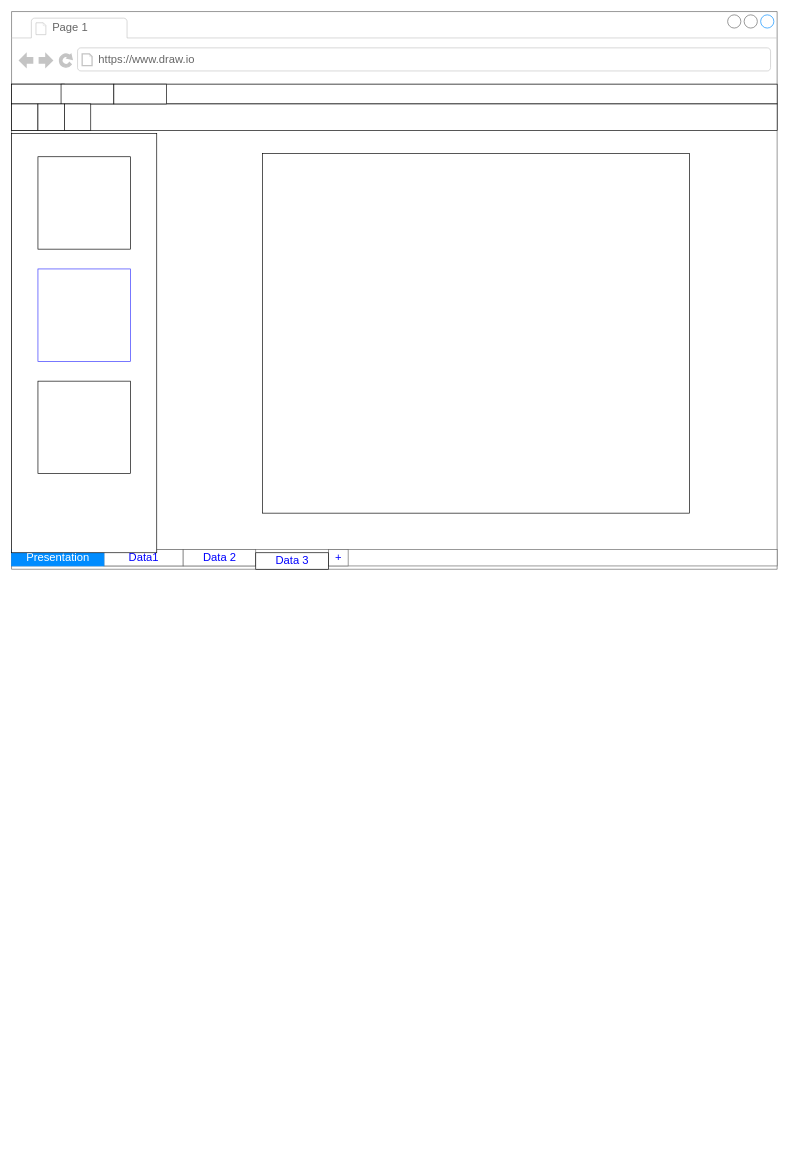
Above: mockups/Officio - SM.drawio in srirampmalladi/officio-mockups (draw.io), before the change. Source tidied: cells renumbered, new cells numbered last; positions are measured from the earlier drawing's top-left corner, leaving out a move shared by most shapes. Both pictures are drawn from the tidied source at 66%, with x=0, y=0 at pixel (11, 11).
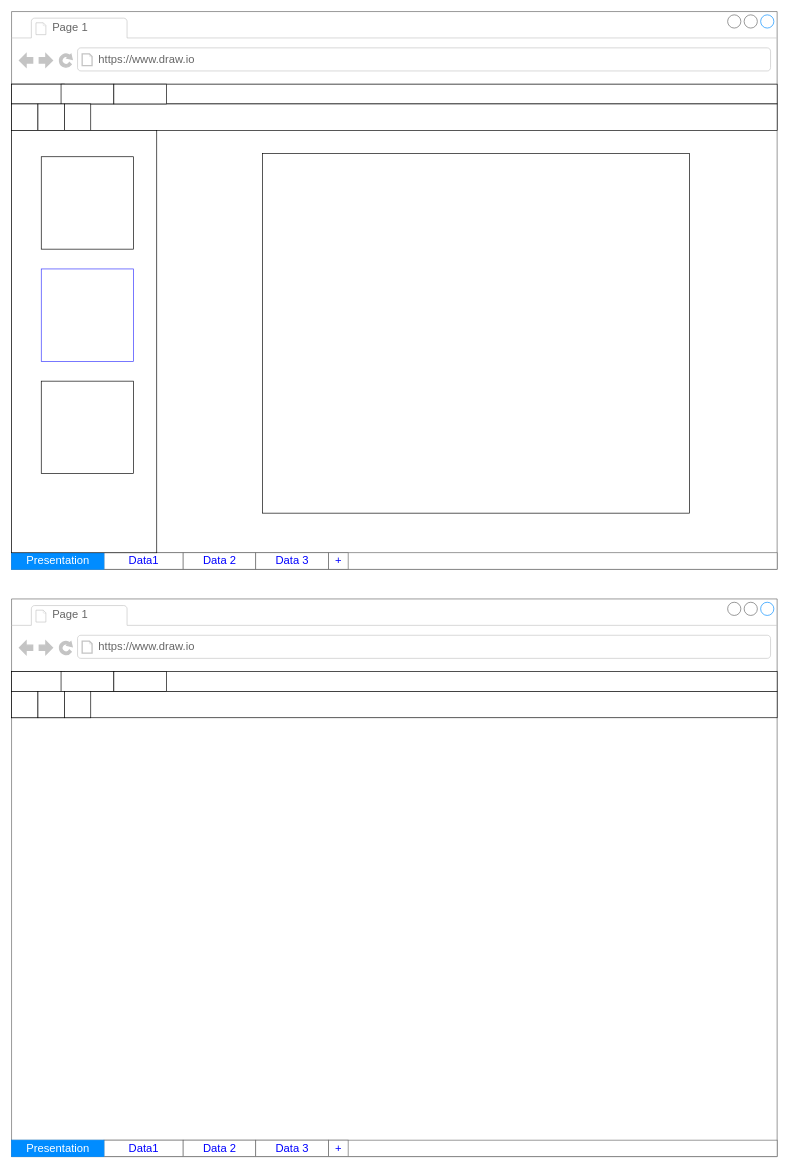
The same page after the edit.

The change refers to these unchanged cells:
```xml
<mxCell id="2" style="strokeWidth=1;shadow=0;dashed=0;align=center;html=1;shape=mxgraph.mockup.containers.browserWindow;rSize=0;strokeColor=#666666;strokeColor2=#008cff;strokeColor3=#c4c4c4;mainText=,;" parent="1" vertex="1">
  <mxGeometry width="1160" height="845" as="geometry" />
</mxCell>
```

Change to the diagram source:
```diff
@@
     <mxCell id="13" style="strokeWidth=1;shadow=0;dashed=0;align=center;html=1;shape=mxgraph.mockup.text.rrect;rSize=0;strokeColor=#666666;" parent="2" vertex="1">
-      <mxGeometry y="815" width="1160" height="25" as="geometry" />
+      <mxGeometry y="820" width="1160" height="25" as="geometry" />
     </mxCell>
@@
+    <mxCell id="23" value="Data 3" style="strokeColor=inherit;fillColor=inherit;gradientColor=inherit;strokeWidth=1;shadow=0;dashed=0;align=center;html=1;shape=mxgraph.mockup.text.rrect;rSize=0;fontSize=17;fontColor=#0000ff;" parent="13" vertex="1">
+      <mxGeometry x="370" width="110" height="25" as="geometry" />
+    </mxCell>
@@
-    <mxCell id="19" style="rounded=0;whiteSpace=wrap;html=1;" parent="1" vertex="1">
-      <mxGeometry y="185" width="220" height="635" as="geometry" />
+    <mxCell id="19" style="rounded=0;whiteSpace=wrap;html=1;" parent="2" vertex="1">
+      <mxGeometry y="180" width="220" height="640" as="geometry" />
     </mxCell>
-    <mxCell id="20" style="whiteSpace=wrap;html=1;" parent="1" vertex="1">
-      <mxGeometry x="40" y="220" width="140" height="140" as="geometry" />
+    <mxCell id="20" style="whiteSpace=wrap;html=1;" parent="2" vertex="1">
+      <mxGeometry x="45" y="220" width="140" height="140" as="geometry" />
     </mxCell>
-    <mxCell id="21" style="whiteSpace=wrap;html=1;strokeColor=#3333FF;" parent="1" vertex="1">
-      <mxGeometry x="40" y="390" width="140" height="140" as="geometry" />
+    <mxCell id="21" style="whiteSpace=wrap;html=1;strokeColor=#3333FF;" parent="2" vertex="1">
+      <mxGeometry x="45" y="390" width="140" height="140" as="geometry" />
     </mxCell>
-    <mxCell id="22" style="whiteSpace=wrap;html=1;" parent="1" vertex="1">
-      <mxGeometry x="40" y="560" width="140" height="140" as="geometry" />
+    <mxCell id="22" style="whiteSpace=wrap;html=1;" parent="2" vertex="1">
+      <mxGeometry x="45" y="560" width="140" height="140" as="geometry" />
     </mxCell>
-    <mxCell id="23" value="Data 3" style="strokeColor=inherit;fillColor=inherit;gradientColor=inherit;strokeWidth=1;shadow=0;dashed=0;align=center;html=1;shape=mxgraph.mockup.text.rrect;rSize=0;fontSize=17;fontColor=#0000ff;" parent="1" vertex="1">
-      <mxGeometry x="370" y="820" width="110" height="25" as="geometry" />
-    </mxCell>
+    <mxCell id="24" style="strokeWidth=1;shadow=0;dashed=0;align=center;html=1;shape=mxgraph.mockup.containers.browserWindow;rSize=0;strokeColor=#666666;strokeColor2=#008cff;strokeColor3=#c4c4c4;mainText=,;" parent="1" vertex="1">
+      <mxGeometry y="890" width="1160" height="845" as="geometry" />
+    </mxCell>
+    <mxCell id="25" value="Page 1" style="strokeWidth=1;shadow=0;dashed=0;align=center;html=1;shape=mxgraph.mockup.containers.anchor;fontSize=17;fontColor=#666666;align=left;" parent="24" vertex="1">
+      <mxGeometry x="60" y="12" width="110" height="26" as="geometry" />
+    </mxCell>
+    <mxCell id="26" value="https://www.draw.io" style="strokeWidth=1;shadow=0;dashed=0;align=center;html=1;shape=mxgraph.mockup.containers.anchor;rSize=0;fontSize=17;fontColor=#666666;align=left;" parent="24" vertex="1">
+      <mxGeometry x="130" y="60" width="250" height="26" as="geometry" />
+    </mxCell>
+    <mxCell id="27" style="rounded=0;whiteSpace=wrap;html=1;" parent="24" vertex="1">
+      <mxGeometry y="110" width="1160" height="30" as="geometry" />
+    </mxCell>
+    <mxCell id="28" style="rounded=0;whiteSpace=wrap;html=1;" parent="24" vertex="1">
+      <mxGeometry y="140" width="1160" height="40" as="geometry" />
+    </mxCell>
+    <mxCell id="29" style="rounded=0;whiteSpace=wrap;html=1;" parent="24" vertex="1">
+      <mxGeometry y="110" width="80" height="30" as="geometry" />
+    </mxCell>
+    <mxCell id="30" style="rounded=0;whiteSpace=wrap;html=1;" parent="24" vertex="1">
+      <mxGeometry x="75" y="110" width="80" height="30" as="geometry" />
+    </mxCell>
+    <mxCell id="31" style="rounded=0;whiteSpace=wrap;html=1;" parent="24" vertex="1">
+      <mxGeometry x="155" y="110" width="80" height="30" as="geometry" />
+    </mxCell>
+    <mxCell id="32" style="rounded=0;whiteSpace=wrap;html=1;" parent="24" vertex="1">
+      <mxGeometry y="140" width="40" height="40" as="geometry" />
+    </mxCell>
+    <mxCell id="33" style="rounded=0;whiteSpace=wrap;html=1;" parent="24" vertex="1">
+      <mxGeometry x="40" y="140" width="40" height="40" as="geometry" />
+    </mxCell>
+    <mxCell id="34" style="rounded=0;whiteSpace=wrap;html=1;" parent="24" vertex="1">
+      <mxGeometry x="80" y="140" width="40" height="40" as="geometry" />
+    </mxCell>
+    <mxCell id="35" style="strokeWidth=1;shadow=0;dashed=0;align=center;html=1;shape=mxgraph.mockup.text.rrect;rSize=0;strokeColor=#666666;" parent="24" vertex="1">
+      <mxGeometry y="820" width="1160" height="25" as="geometry" />
+    </mxCell>
+    <mxCell id="36" value="Data1" style="strokeColor=inherit;fillColor=inherit;gradientColor=inherit;strokeWidth=1;shadow=0;dashed=0;align=center;html=1;shape=mxgraph.mockup.text.rrect;rSize=0;fontSize=17;fontColor=#0000ff;" parent="35" vertex="1">
+      <mxGeometry x="140" width="120" height="25" as="geometry" />
+    </mxCell>
+    <mxCell id="37" value="Data 2" style="strokeColor=inherit;fillColor=inherit;gradientColor=inherit;strokeWidth=1;shadow=0;dashed=0;align=center;html=1;shape=mxgraph.mockup.text.rrect;rSize=0;fontSize=17;fontColor=#0000ff;" parent="35" vertex="1">
+      <mxGeometry x="260" width="110" height="25" as="geometry" />
+    </mxCell>
+    <mxCell id="38" value="Presentation" style="strokeWidth=1;shadow=0;dashed=0;align=center;html=1;shape=mxgraph.mockup.text.rrect;rSize=0;fontSize=17;fontColor=#ffffff;fillColor=#008cff;strokeColor=#008cff;" parent="35" vertex="1">
+      <mxGeometry width="140" height="25" as="geometry" />
+    </mxCell>
+    <mxCell id="39" value="+" style="strokeColor=inherit;fillColor=inherit;gradientColor=inherit;strokeWidth=1;shadow=0;dashed=0;align=center;html=1;shape=mxgraph.mockup.text.rrect;rSize=0;fontSize=17;fontColor=#0000ff;" parent="35" vertex="1">
+      <mxGeometry x="480" width="30" height="25" as="geometry" />
+    </mxCell>
+    <mxCell id="40" value="Data 3" style="strokeColor=inherit;fillColor=inherit;gradientColor=inherit;strokeWidth=1;shadow=0;dashed=0;align=center;html=1;shape=mxgraph.mockup.text.rrect;rSize=0;fontSize=17;fontColor=#0000ff;" parent="35" vertex="1">
+      <mxGeometry x="370" width="110" height="25" as="geometry" />
+    </mxCell>
```
